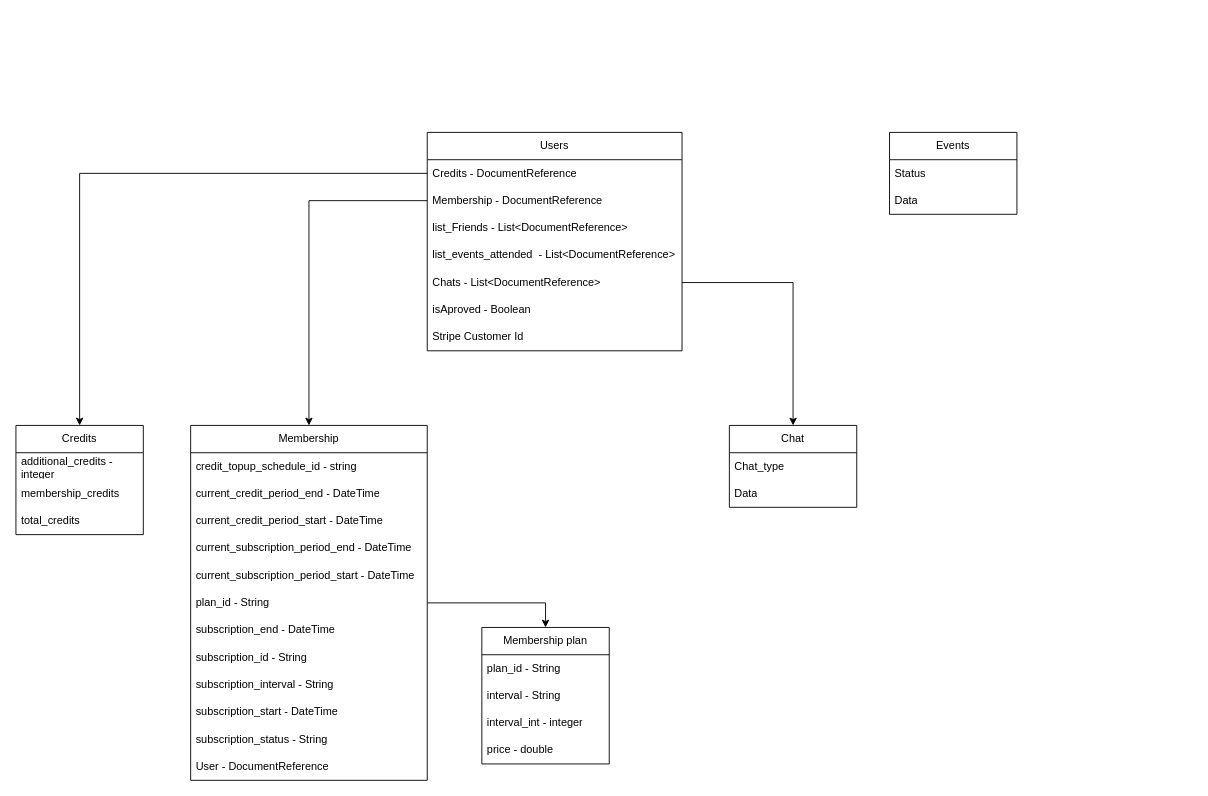
rataysh/schemes keeps this draw.io diagram as Диаграмма без названия.drawio. Above is the earlier version. Source tidied: cells renumbered, new cells numbered last; positions are measured from the earlier drawing's top-left corner, leaving out a move shared by most shapes. Both pictures are drawn from the tidied source at 91%, with x=0, y=0 at pixel (15, 132).
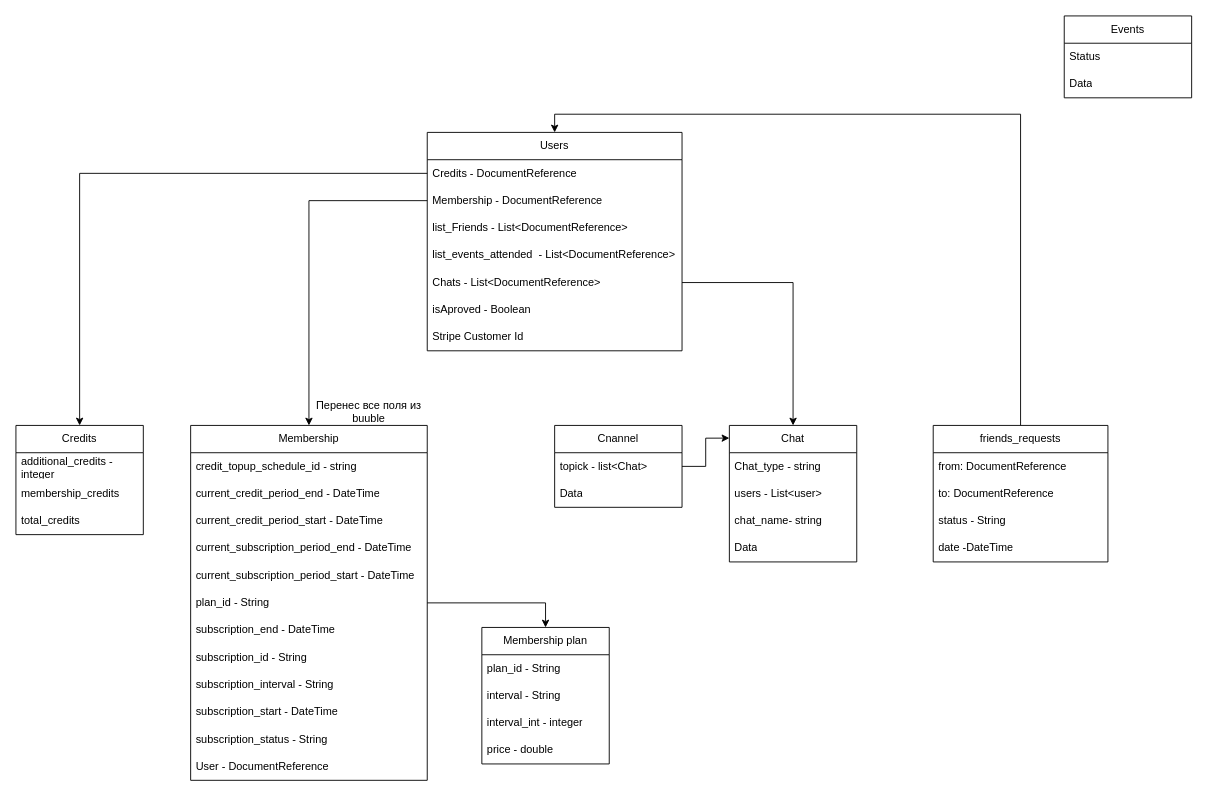
Above is the later version.

The change refers to these unchanged cells:
```xml
<mxCell id="2" value="Users" style="swimlane;fontStyle=0;horizontal=1;startSize=30;whiteSpace=wrap;html=1;" parent="1" vertex="1">
  <mxGeometry x="452" width="280" height="240" as="geometry" />
</mxCell>
```

Change to the diagram source:
```diff
@@
     <mxCell id="35" value="Events" style="swimlane;fontStyle=0;horizontal=1;startSize=30;whiteSpace=wrap;html=1;" parent="1" vertex="1">
-      <mxGeometry x="960" width="140" height="90" as="geometry" />
+      <mxGeometry x="1152" y="-128" width="140" height="90" as="geometry" />
     </mxCell>
@@
     <mxCell id="38" value="Chat" style="swimlane;fontStyle=0;horizontal=1;startSize=30;whiteSpace=wrap;html=1;" parent="1" vertex="1">
-      <mxGeometry x="784" y="322" width="140" height="90" as="geometry" />
+      <mxGeometry x="784" y="322" width="140" height="150" as="geometry" />
     </mxCell>
-    <mxCell id="39" value="Chat_type" style="text;strokeColor=none;fillColor=none;align=left;verticalAlign=middle;spacingLeft=4;spacingRight=4;overflow=hidden;whiteSpace=wrap;html=1;" parent="38" vertex="1">
+    <mxCell id="39" value="Chat_type - string" style="text;strokeColor=none;fillColor=none;align=left;verticalAlign=middle;spacingLeft=4;spacingRight=4;overflow=hidden;whiteSpace=wrap;html=1;" parent="38" vertex="1">
       <mxGeometry y="30" width="140" height="30" as="geometry" />
     </mxCell>
-    <mxCell id="40" value="Data" style="text;strokeColor=none;fillColor=none;align=left;verticalAlign=middle;spacingLeft=4;spacingRight=4;overflow=hidden;whiteSpace=wrap;html=1;" parent="38" vertex="1">
+    <mxCell id="40" value="users - List&amp;lt;user&amp;gt;" style="text;strokeColor=none;fillColor=none;align=left;verticalAlign=middle;spacingLeft=4;spacingRight=4;overflow=hidden;whiteSpace=wrap;html=1;" parent="38" vertex="1">
       <mxGeometry y="60" width="140" height="30" as="geometry" />
     </mxCell>
+    <mxCell id="42" value="chat_name- string" style="text;strokeColor=none;fillColor=none;align=left;verticalAlign=middle;spacingLeft=4;spacingRight=4;overflow=hidden;whiteSpace=wrap;html=1;" parent="38" vertex="1">
+      <mxGeometry y="90" width="140" height="30" as="geometry" />
+    </mxCell>
+    <mxCell id="43" value="Data" style="text;strokeColor=none;fillColor=none;align=left;verticalAlign=middle;spacingLeft=4;spacingRight=4;overflow=hidden;whiteSpace=wrap;html=1;" parent="38" vertex="1">
+      <mxGeometry y="120" width="140" height="30" as="geometry" />
+    </mxCell>
@@
+    <mxCell id="44" value="Cnannel" style="swimlane;fontStyle=0;horizontal=1;startSize=30;whiteSpace=wrap;html=1;" parent="1" vertex="1">
+      <mxGeometry x="592" y="322" width="140" height="90" as="geometry" />
+    </mxCell>
+    <mxCell id="45" value="topick - list&amp;lt;Chat&amp;gt;" style="text;strokeColor=none;fillColor=none;align=left;verticalAlign=middle;spacingLeft=4;spacingRight=4;overflow=hidden;points=[[0,0.5],[1,0.5]];portConstraint=eastwest;whiteSpace=wrap;html=1;" parent="44" vertex="1">
+      <mxGeometry y="30" width="140" height="30" as="geometry" />
+    </mxCell>
+    <mxCell id="46" value="Data" style="text;strokeColor=none;fillColor=none;align=left;verticalAlign=middle;spacingLeft=4;spacingRight=4;overflow=hidden;whiteSpace=wrap;html=1;" parent="44" vertex="1">
+      <mxGeometry y="60" width="140" height="30" as="geometry" />
+    </mxCell>
+    <mxCell id="47" style="edgeStyle=orthogonalEdgeStyle;rounded=0;jettySize=auto;html=1;exitX=1;exitY=0.5;exitDx=0;exitDy=0;entryX=0;entryY=0.093;entryDx=0;entryDy=0;entryPerimeter=0;" parent="1" edge="1" source="45" target="38">
+      <mxGeometry relative="1" as="geometry" />
+    </mxCell>
+    <mxCell id="48" style="edgeStyle=orthogonalEdgeStyle;rounded=0;jettySize=auto;html=1;exitX=0.5;exitY=0;exitDx=0;exitDy=0;entryX=0.5;entryY=0;entryDx=0;entryDy=0;" parent="1" edge="1" source="49" target="2">
+      <mxGeometry relative="1" as="geometry" />
+    </mxCell>
+    <mxCell id="49" value="friends_requests" style="swimlane;fontStyle=0;horizontal=1;startSize=30;whiteSpace=wrap;html=1;" parent="1" vertex="1">
+      <mxGeometry x="1008" y="322" width="192" height="150" as="geometry" />
+    </mxCell>
+    <mxCell id="50" value="from: DocumentReference" style="text;strokeColor=none;fillColor=none;align=left;verticalAlign=middle;spacingLeft=4;spacingRight=4;overflow=hidden;whiteSpace=wrap;html=1;" parent="49" vertex="1">
+      <mxGeometry y="30" width="192" height="30" as="geometry" />
+    </mxCell>
+    <mxCell id="51" value="to: DocumentReference" style="text;strokeColor=none;fillColor=none;align=left;verticalAlign=middle;spacingLeft=4;spacingRight=4;overflow=hidden;whiteSpace=wrap;html=1;" parent="49" vertex="1">
+      <mxGeometry y="60" width="192" height="30" as="geometry" />
+    </mxCell>
+    <mxCell id="52" value="status - String" style="text;strokeColor=none;fillColor=none;align=left;verticalAlign=middle;spacingLeft=4;spacingRight=4;overflow=hidden;whiteSpace=wrap;html=1;" parent="49" vertex="1">
+      <mxGeometry y="90" width="192" height="30" as="geometry" />
+    </mxCell>
+    <mxCell id="53" value="date -DateTime" style="text;strokeColor=none;fillColor=none;align=left;verticalAlign=middle;spacingLeft=4;spacingRight=4;overflow=hidden;whiteSpace=wrap;html=1;" parent="49" vertex="1">
+      <mxGeometry y="120" width="192" height="30" as="geometry" />
+    </mxCell>
+    <mxCell id="54" value="Перенес все поля из buuble" style="text;html=1;strokeColor=none;fillColor=none;align=center;verticalAlign=middle;whiteSpace=wrap;rounded=0;" parent="1" vertex="1">
+      <mxGeometry x="324" y="292" width="128" height="30" as="geometry" />
+    </mxCell>
```
